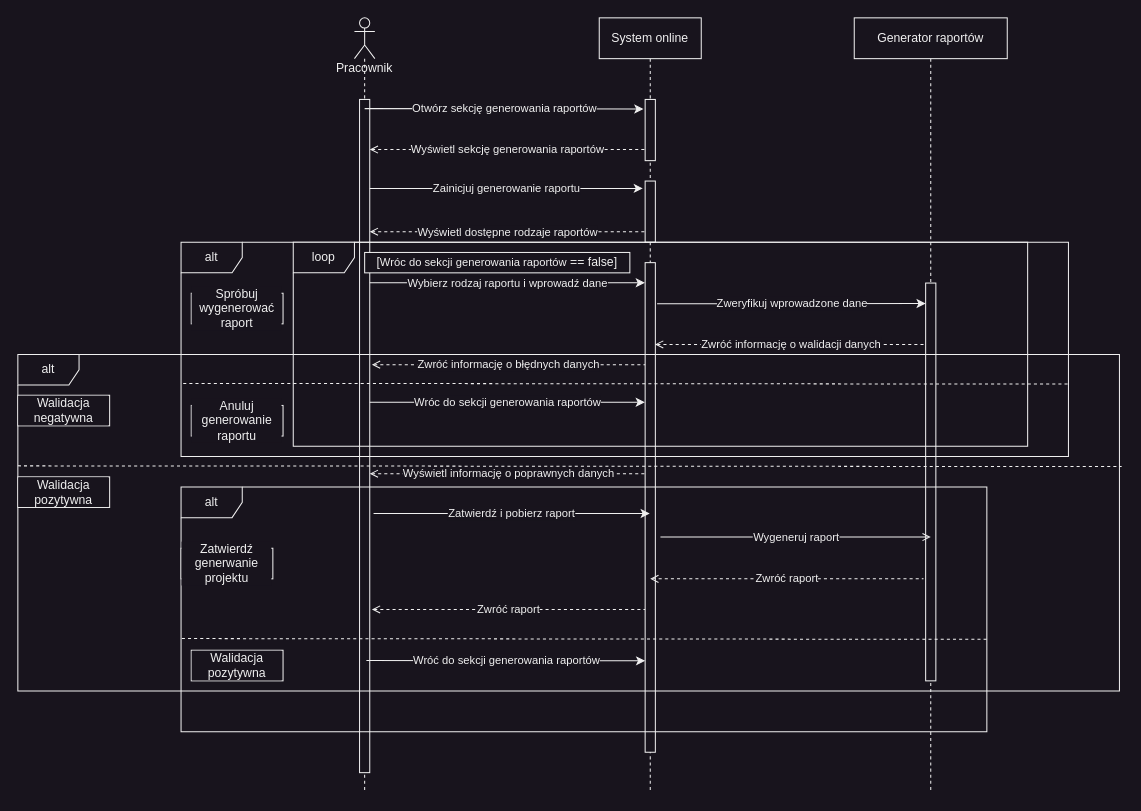
Above: generate_raport_sequence.drawio in MarekMichali/vet-clinic (draw.io), before the change. Source tidied: cells renumbered, new cells numbered last; positions are measured from the earlier drawing's top-left corner, leaving out a move shared by most shapes. Both pictures are drawn from the tidied source at 102%, with x=0, y=0 at pixel (17, 17).
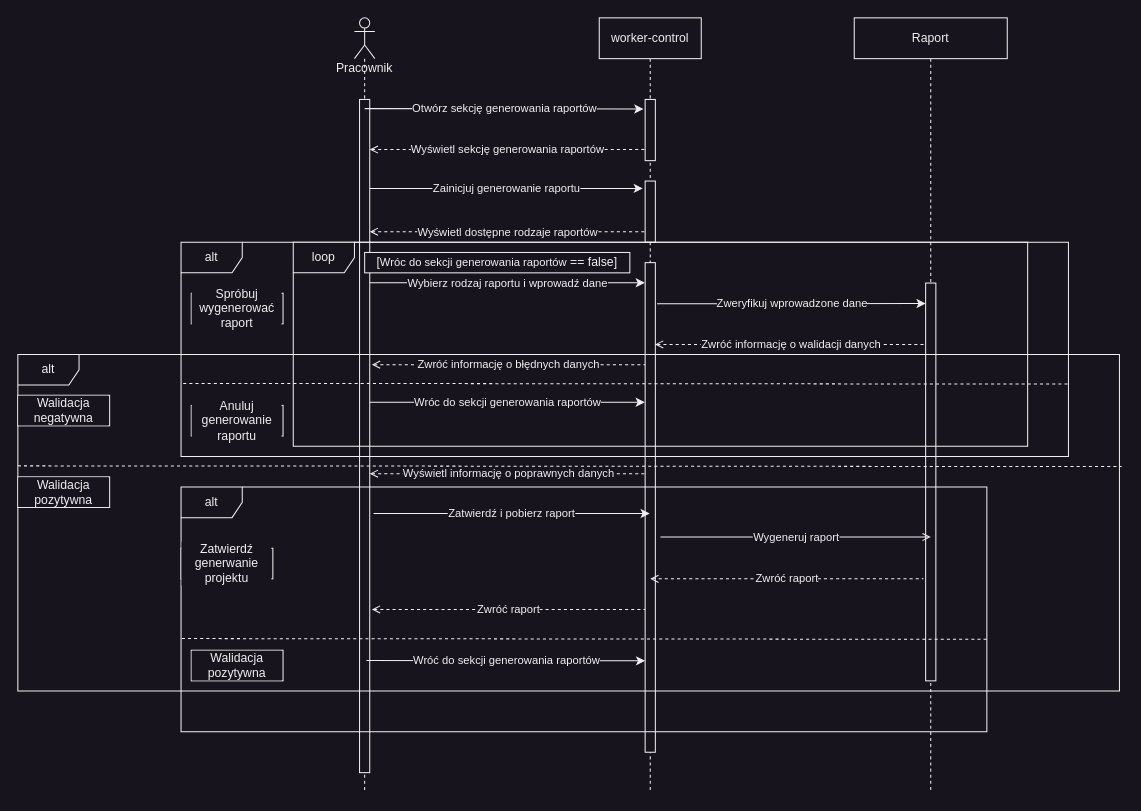
The same page after the edit.

The edit, as a diff of the source:
```diff
@@
-    <mxCell id="4" value="System online" style="shape=umlLifeline;perimeter=lifelinePerimeter;whiteSpace=wrap;html=1;outlineConnect=0;fillColor=#18141D;strokeColor=#F0F0F0;fontColor=#F0F0F0;labelBackgroundColor=#18141D;" parent="1" vertex="1">
+    <mxCell id="4" value="worker-control" style="shape=umlLifeline;perimeter=lifelinePerimeter;whiteSpace=wrap;html=1;outlineConnect=0;fillColor=#18141D;strokeColor=#F0F0F0;fontColor=#F0F0F0;labelBackgroundColor=#18141D;" parent="1" vertex="1">
       <mxGeometry x="570" width="100" height="760" as="geometry" />
     </mxCell>
@@
-    <mxCell id="12" value="Generator raportów" style="shape=umlLifeline;perimeter=lifelinePerimeter;whiteSpace=wrap;html=1;outlineConnect=0;fillColor=#18141D;strokeColor=#F0F0F0;fontColor=#F0F0F0;labelBackgroundColor=#18141D;" parent="1" vertex="1">
+    <mxCell id="12" value="Raport" style="shape=umlLifeline;perimeter=lifelinePerimeter;whiteSpace=wrap;html=1;outlineConnect=0;fillColor=#18141D;strokeColor=#F0F0F0;fontColor=#F0F0F0;labelBackgroundColor=#18141D;" parent="1" vertex="1">
       <mxGeometry x="820" width="150" height="760" as="geometry" />
     </mxCell>
```
